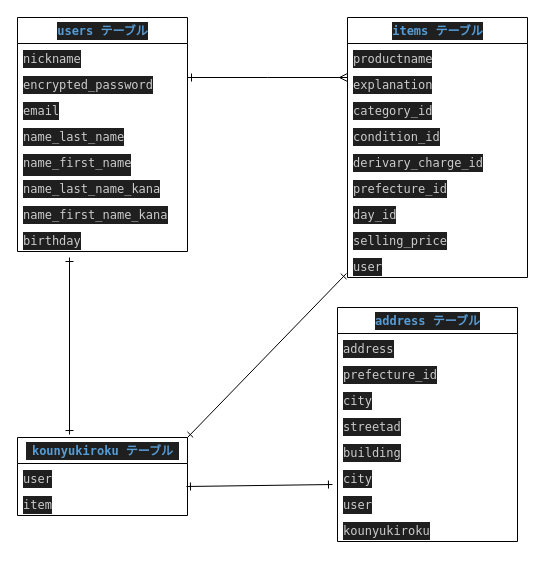
hichaniko/furima-39696 keeps this draw.io diagram as er.dio. Above is the earlier version. Source tidied: cells renumbered, new cells numbered last; positions are measured from the earlier drawing's top-left corner, leaving out a move shared by most shapes. Both pictures are drawn from the tidied source at 100%, with x=0, y=0 at pixel (17, 17).
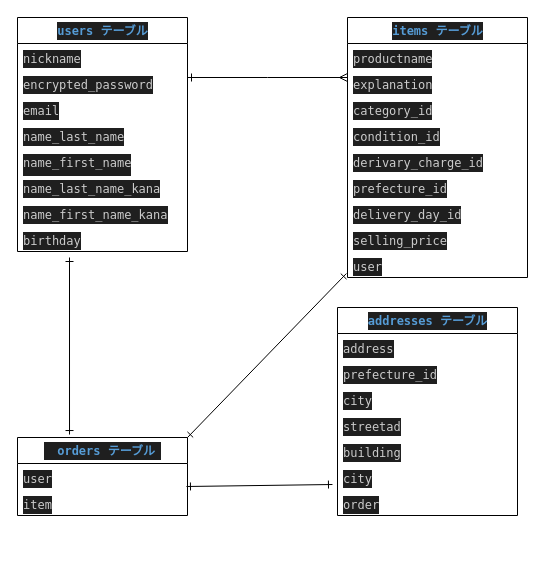
The same diagram, later.

Commit message (it also covers changes not shown here):
データベース修正

The change refers to these unchanged cells:
```xml
<mxCell id="11" value="&lt;div style=&quot;color: rgb(204, 204, 204); background-color: rgb(31, 31, 31); font-family: Menlo, Monaco, &amp;quot;Courier New&amp;quot;, monospace; line-height: 18px;&quot;&gt;&lt;span style=&quot;color: #569cd6;font-weight: bold;&quot;&gt;items テーブル&lt;/span&gt;&lt;/div&gt;" style="swimlane;fontStyle=0;horizontal=1;startSize=26;fillColor=none;html=1;" parent="1" vertex="1">
  <mxGeometry x="330" width="180" height="260" as="geometry" />
</mxCell>
```

Diff of the diagram source:
```diff
@@
-    <mxCell id="18" value="&lt;div style=&quot;color: rgb(204, 204, 204); background-color: rgb(31, 31, 31); font-family: Menlo, Monaco, &amp;quot;Courier New&amp;quot;, monospace; font-weight: normal; font-size: 12px; line-height: 18px;&quot;&gt;&lt;div&gt;&lt;span style=&quot;color: #cccccc;&quot;&gt;day&lt;/span&gt;_id&lt;/div&gt;&lt;/div&gt;" style="text;strokeColor=none;fillColor=none;align=left;verticalAlign=top;spacingLeft=4;spacingRight=4;overflow=hidden;whiteSpace=wrap;html=1;" parent="11" vertex="1">
+    <mxCell id="18" value="&lt;div style=&quot;color: rgb(204, 204, 204); background-color: rgb(31, 31, 31); font-family: Menlo, Monaco, &amp;quot;Courier New&amp;quot;, monospace; font-weight: normal; font-size: 12px; line-height: 18px;&quot;&gt;&lt;div&gt;&lt;span style=&quot;&quot;&gt;delivery_&lt;/span&gt;&lt;span style=&quot;color: #cccccc;&quot;&gt;day&lt;/span&gt;_id&lt;/div&gt;&lt;/div&gt;" style="text;strokeColor=none;fillColor=none;align=left;verticalAlign=top;spacingLeft=4;spacingRight=4;overflow=hidden;whiteSpace=wrap;html=1;" parent="11" vertex="1">
       <mxGeometry y="182" width="180" height="26" as="geometry" />
     </mxCell>
@@
-    <mxCell id="21" value="&lt;div style=&quot;color: rgb(204, 204, 204); background-color: rgb(31, 31, 31); font-family: Menlo, Monaco, &amp;quot;Courier New&amp;quot;, monospace; font-weight: normal; font-size: 12px; line-height: 18px;&quot;&gt;&lt;div&gt;&lt;span style=&quot;color: #569cd6;font-weight: bold;&quot;&gt;kounyukiroku テーブル　&lt;/span&gt;&lt;/div&gt;&lt;/div&gt;" style="swimlane;fontStyle=0;horizontal=1;startSize=26;fillColor=none;html=1;" parent="1" vertex="1">
+    <mxCell id="21" value="&lt;div style=&quot;color: rgb(204, 204, 204); background-color: rgb(31, 31, 31); font-family: Menlo, Monaco, &amp;quot;Courier New&amp;quot;, monospace; font-weight: normal; font-size: 12px; line-height: 18px;&quot;&gt;&lt;div&gt;&lt;span style=&quot;color: #569cd6;font-weight: bold;&quot;&gt;&amp;nbsp;&lt;/span&gt;&lt;span style=&quot;color: rgb(86, 156, 214); font-weight: bold;&quot;&gt;orders&amp;nbsp;&lt;/span&gt;&lt;span style=&quot;color: rgb(86, 156, 214); font-weight: bold;&quot;&gt;テーブル　&lt;/span&gt;&lt;/div&gt;&lt;/div&gt;" style="swimlane;fontStyle=0;horizontal=1;startSize=26;fillColor=none;html=1;" parent="1" vertex="1">
       <mxGeometry y="420" width="170" height="78" as="geometry" />
     </mxCell>
@@
-    <mxCell id="24" value="&lt;div style=&quot;color: rgb(204, 204, 204); background-color: rgb(31, 31, 31); font-family: Menlo, Monaco, &amp;quot;Courier New&amp;quot;, monospace; font-weight: normal; font-size: 12px; line-height: 18px;&quot;&gt;&lt;div&gt;&lt;span style=&quot;color: #569cd6;font-weight: bold;&quot;&gt;address テーブル&lt;/span&gt;&lt;/div&gt;&lt;/div&gt;" style="swimlane;fontStyle=0;horizontal=1;startSize=26;fillColor=none;html=1;" parent="1" vertex="1">
-      <mxGeometry x="320" y="290" width="180" height="234" as="geometry" />
+    <mxCell id="24" value="&lt;div style=&quot;color: rgb(204, 204, 204); background-color: rgb(31, 31, 31); font-family: Menlo, Monaco, &amp;quot;Courier New&amp;quot;, monospace; font-weight: normal; font-size: 12px; line-height: 18px;&quot;&gt;&lt;div&gt;&lt;span style=&quot;color: #569cd6;font-weight: bold;&quot;&gt;addresses テーブル&lt;/span&gt;&lt;/div&gt;&lt;/div&gt;" style="swimlane;fontStyle=0;horizontal=1;startSize=26;fillColor=none;html=1;" parent="1" vertex="1">
+      <mxGeometry x="320" y="290" width="180" height="208" as="geometry" />
     </mxCell>
@@
-    <mxCell id="31" value="&lt;div style=&quot;color: rgb(204, 204, 204); background-color: rgb(31, 31, 31); font-family: Menlo, Monaco, &amp;quot;Courier New&amp;quot;, monospace; font-weight: normal; font-size: 12px; line-height: 18px;&quot;&gt;&lt;div&gt;&lt;span style=&quot;color: #cccccc;&quot;&gt;user &lt;/span&gt;&lt;/div&gt;&lt;/div&gt;" style="text;strokeColor=none;fillColor=none;align=left;verticalAlign=top;spacingLeft=4;spacingRight=4;overflow=hidden;whiteSpace=wrap;html=1;" parent="24" vertex="1">
-      <mxGeometry y="182" width="180" height="26" as="geometry" />
-    </mxCell>
-    <mxCell id="32" value="&lt;div style=&quot;color: rgb(204, 204, 204); background-color: rgb(31, 31, 31); font-family: Menlo, Monaco, &amp;quot;Courier New&amp;quot;, monospace; font-weight: normal; font-size: 12px; line-height: 18px;&quot;&gt;&lt;div&gt;&lt;span style=&quot;color: #cccccc;&quot;&gt;kounyukiroku&lt;/span&gt;&lt;/div&gt;&lt;/div&gt;" style="text;strokeColor=none;fillColor=none;align=left;verticalAlign=top;spacingLeft=4;spacingRight=4;overflow=hidden;whiteSpace=wrap;html=1;fontStyle=1;" parent="24" vertex="1">
-      <mxGeometry y="208" width="180" height="26" as="geometry" />
+    <mxCell id="32" value="&lt;div style=&quot;color: rgb(204, 204, 204); background-color: rgb(31, 31, 31); font-family: Menlo, Monaco, &amp;quot;Courier New&amp;quot;, monospace; font-weight: normal; font-size: 12px; line-height: 18px;&quot;&gt;order&lt;/div&gt;" style="text;strokeColor=none;fillColor=none;align=left;verticalAlign=top;spacingLeft=4;spacingRight=4;overflow=hidden;whiteSpace=wrap;html=1;fontStyle=1;" parent="24" vertex="1">
+      <mxGeometry y="182" width="180" height="26" as="geometry" />
     </mxCell>
```
